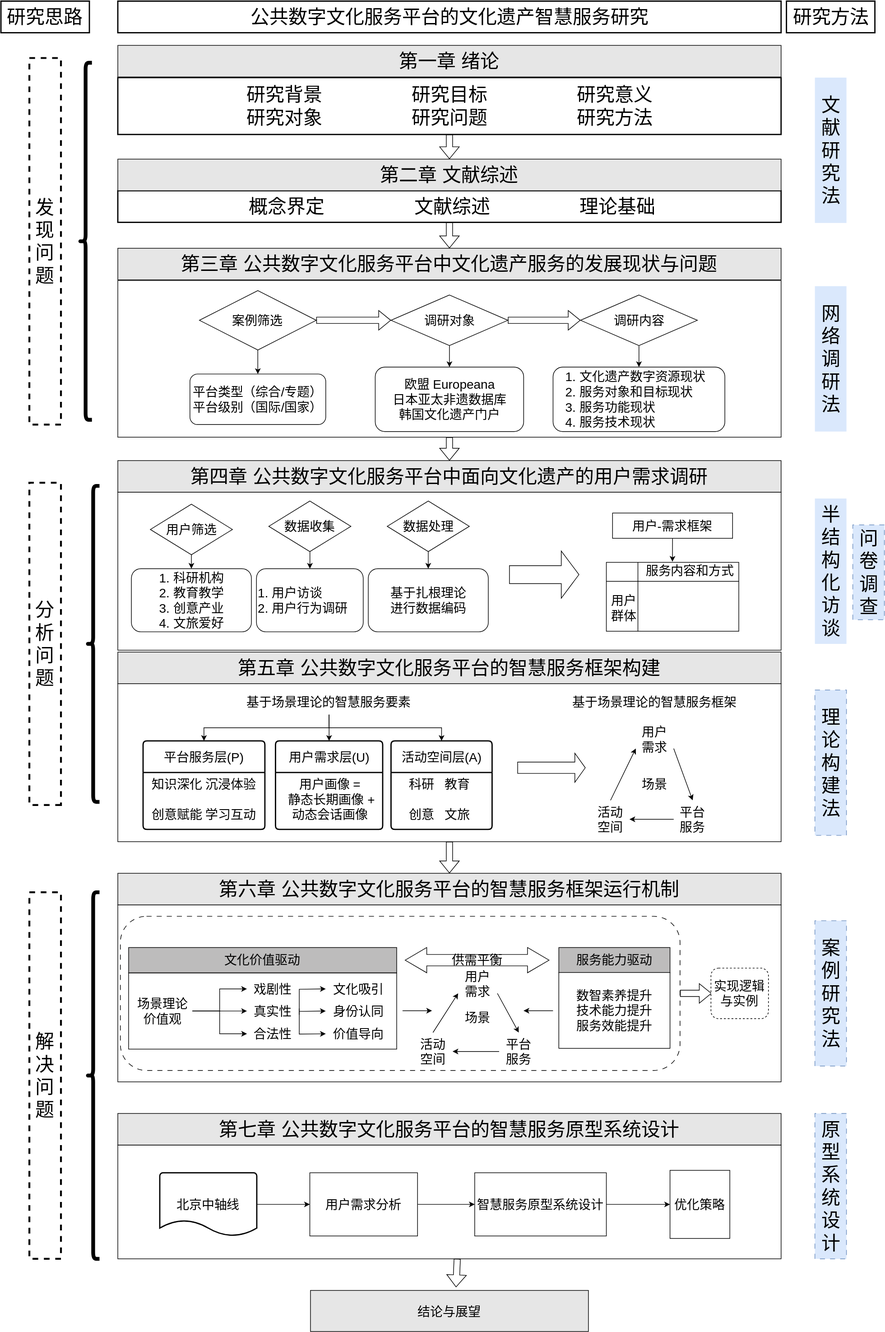
Above: 开题结构图.drawio.svg in Utah-wu/draw.io (draw.io), before the change. Source tidied: cells renumbered, new cells last; positions are measured from the earlier drawing's top-left corner, leaving out a move shared by most shapes.
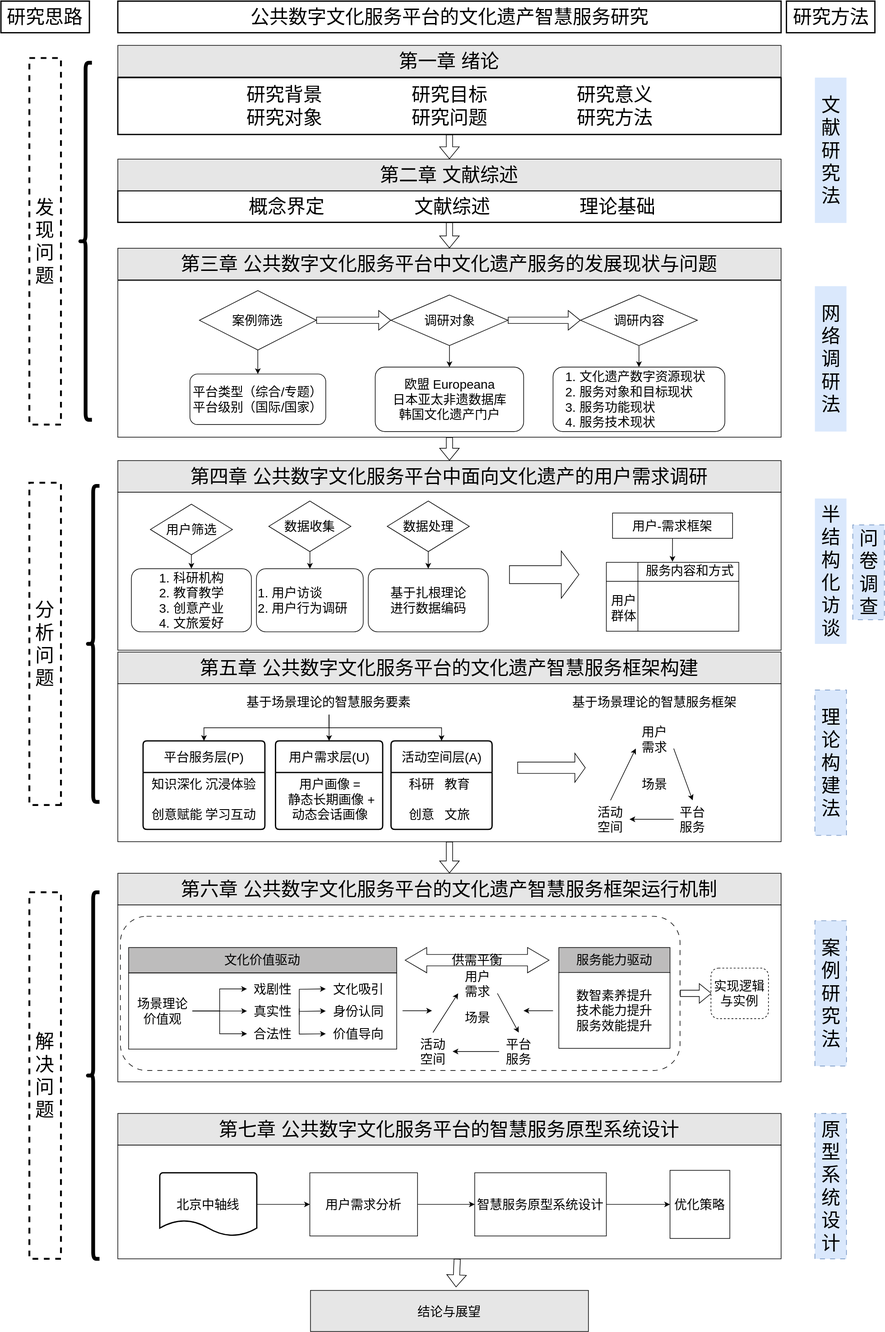
After the commit.

Commit message:
更新开题结构图.drawio.svg

Diff of the diagram source:
```diff
@@ -211,7 +211,7 @@
     <mxCell id="69" style="endArrow=classic;html=1;rounded=0;exitX=1;exitY=0.75;exitDx=0;exitDy=0;entryX=0.5;entryY=0;entryDx=0;entryDy=0;" parent="1" edge="1" source="63" target="64">
       <mxGeometry relative="1" as="geometry" />
     </mxCell>
-    <mxCell id="70" value="&lt;span style=&quot;font-size: 30px;&quot;&gt;第六章&amp;nbsp;&lt;/span&gt;&lt;span style=&quot;font-size: 30px; text-wrap: nowrap;&quot;&gt;公共数字文化服务平台的智慧&lt;/span&gt;&lt;span style=&quot;font-size: 30px;&quot;&gt;服务框架运行机制&lt;/span&gt;" style="rounded=0;whiteSpace=wrap;html=1;fillColor=#E6E6E6;" parent="1" vertex="1">
+    <mxCell id="70" value="&lt;span style=&quot;font-size: 30px;&quot;&gt;第六章&amp;nbsp;&lt;/span&gt;&lt;span style=&quot;font-size: 30px; text-wrap: nowrap;&quot;&gt;公共数字文化服务平台的文化遗产智慧&lt;/span&gt;&lt;span style=&quot;font-size: 30px;&quot;&gt;服务框架运行机制&lt;/span&gt;" style="rounded=0;whiteSpace=wrap;html=1;fillColor=#E6E6E6;" parent="1" vertex="1">
       <mxGeometry x="185" y="1380" width="1050" height="50" as="geometry" />
     </mxCell>
     <mxCell id="71" style="edgeStyle=none;curved=1;rounded=0;orthogonalLoop=1;jettySize=auto;html=1;fontSize=12;shape=flexArrow;" parent="1" edge="1">
@@ -247,7 +247,7 @@
     <mxCell id="80" value="优化策略" style="rounded=0;whiteSpace=wrap;html=1;fontSize=20;flipH=1;" parent="1" vertex="1">
       <mxGeometry x="1059.1" y="1850" width="94.7" height="107.7" as="geometry" />
     </mxCell>
-    <mxCell id="81" value="&lt;span style=&quot;font-size: 30px;&quot;&gt;第五章&amp;nbsp;&lt;/span&gt;&lt;span style=&quot;font-size: 30px; text-wrap: nowrap;&quot;&gt;公共数字文化服务平台的智慧&lt;/span&gt;&lt;span style=&quot;font-size: 30px;&quot;&gt;服务框架构建&lt;/span&gt;" style="rounded=0;whiteSpace=wrap;html=1;fillColor=#E6E6E6;" parent="1" vertex="1">
+    <mxCell id="81" value="&lt;span style=&quot;font-size: 30px;&quot;&gt;第五章&amp;nbsp;&lt;/span&gt;&lt;span style=&quot;font-size: 30px; text-wrap: nowrap;&quot;&gt;公共数字文化服务平台的文化遗产智慧&lt;/span&gt;&lt;span style=&quot;font-size: 30px;&quot;&gt;服务框架构建&lt;/span&gt;" style="rounded=0;whiteSpace=wrap;html=1;fillColor=#E6E6E6;" parent="1" vertex="1">
       <mxGeometry x="185" y="1030" width="1050" height="50" as="geometry" />
     </mxCell>
     <mxCell id="82" value="&lt;span style=&quot;font-size: 30px;&quot;&gt;第四章&amp;nbsp;&lt;/span&gt;&lt;span style=&quot;font-size: 30px; text-wrap: nowrap;&quot;&gt;公共数字文化服务平台中面向文化遗产的&lt;/span&gt;&lt;span style=&quot;font-size: 30px;&quot;&gt;用户需求调研&lt;/span&gt;" style="rounded=0;whiteSpace=wrap;html=1;fillColor=#E6E6E6;" parent="1" vertex="1">
```
